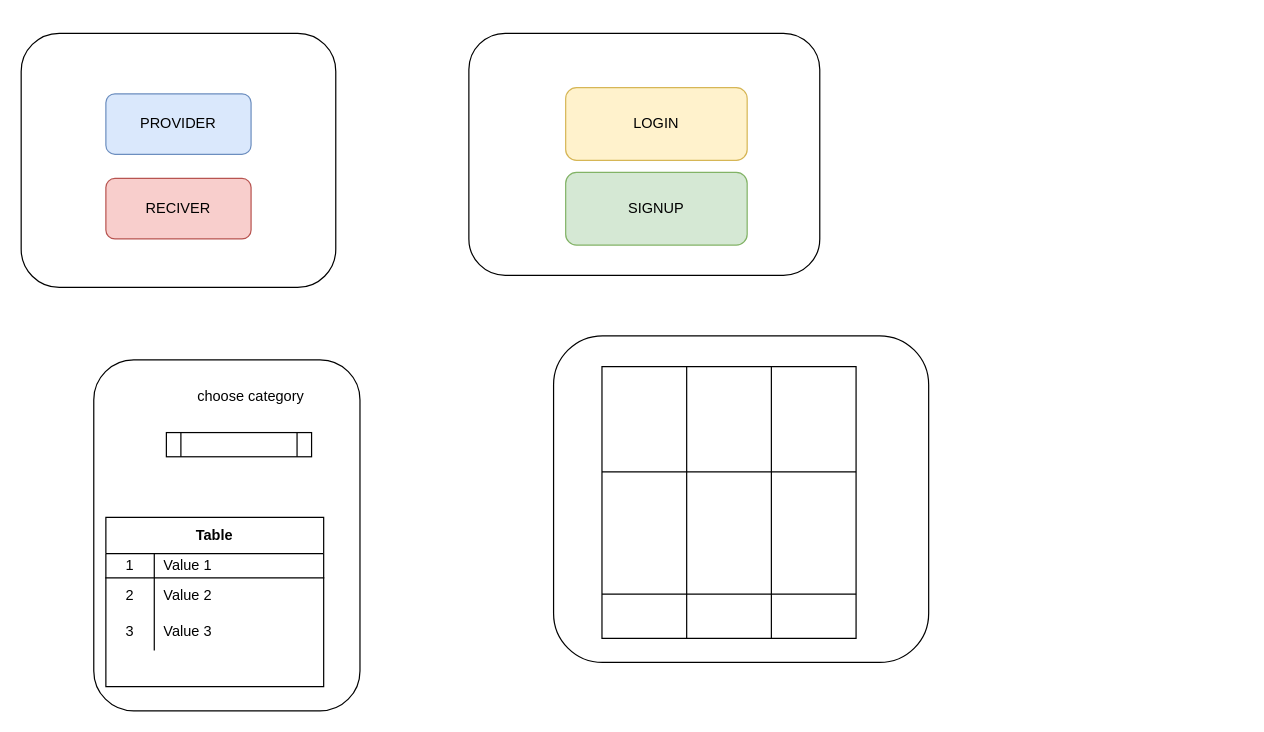
The draw.io diagram Tor4u-Diagram.drawio in danah2139/Tor4u, before the edit. Source tidied: cells renumbered, new cells numbered last; positions are measured from the earlier drawing's top-left corner, leaving out a move shared by most shapes. Both pictures are drawn from the tidied source at 121%, with x=0, y=0 at pixel (21, 33).
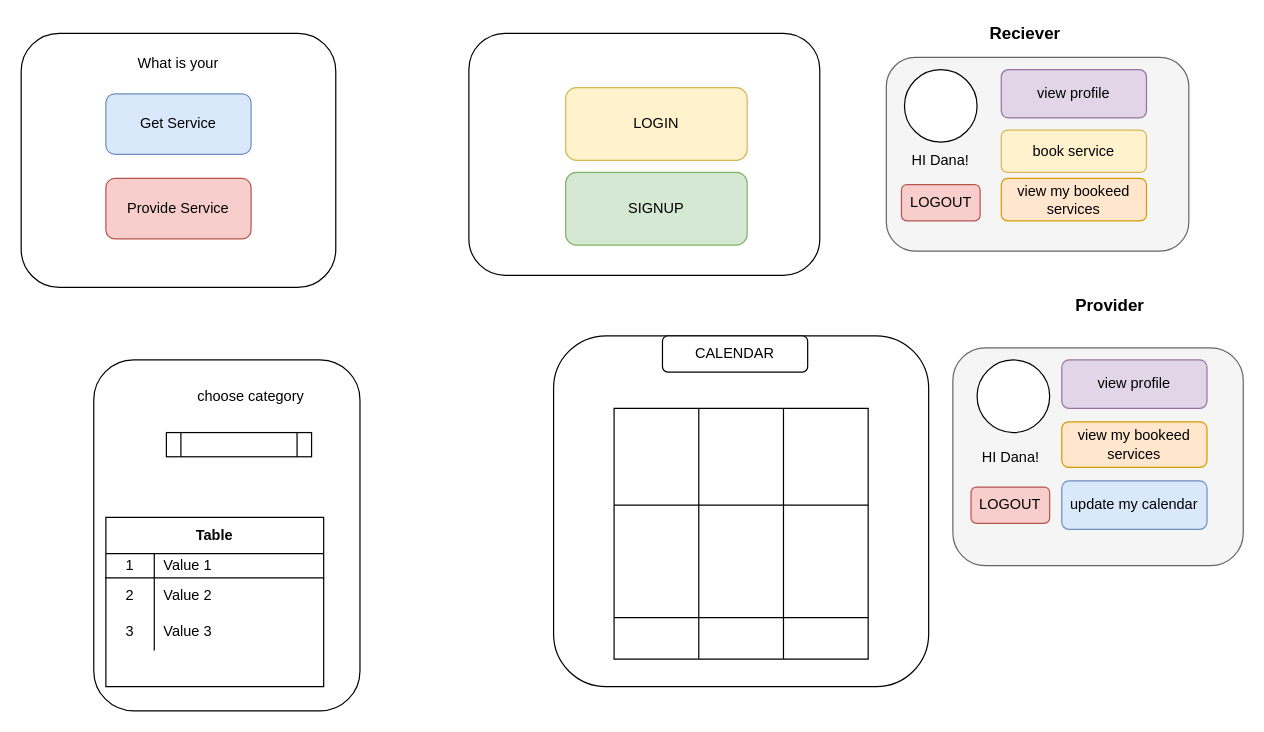
Above is the later version.

What changed in the source:
```diff
@@
-    <mxCell id="3" value="PROVIDER" style="rounded=1;whiteSpace=wrap;html=1;fillColor=#dae8fc;strokeColor=#6c8ebf;" parent="1" vertex="1">
+    <mxCell id="3" value="Get Service" style="rounded=1;whiteSpace=wrap;html=1;fillColor=#dae8fc;strokeColor=#6c8ebf;" parent="1" vertex="1">
       <mxGeometry x="70" y="50" width="120" height="50" as="geometry" />
     </mxCell>
-    <mxCell id="4" value="RECIVER" style="rounded=1;whiteSpace=wrap;html=1;fillColor=#f8cecc;strokeColor=#b85450;" parent="1" vertex="1">
+    <mxCell id="4" value="Provide Service" style="rounded=1;whiteSpace=wrap;html=1;fillColor=#f8cecc;strokeColor=#b85450;" parent="1" vertex="1">
       <mxGeometry x="70" y="120" width="120" height="50" as="geometry" />
     </mxCell>
@@
     <mxCell id="21" style="rounded=1;whiteSpace=wrap;html=1;" parent="1" vertex="1">
-      <mxGeometry x="440" y="250" width="310" height="270" as="geometry" />
+      <mxGeometry x="440" y="250" width="310" height="290" as="geometry" />
     </mxCell>
     <mxCell id="22" style="shape=table;html=1;whiteSpace=wrap;startSize=0;childLayout=tableLayout;" parent="1" vertex="1">
-      <mxGeometry x="480" y="275.5" width="210" height="224.5" as="geometry" />
+      <mxGeometry x="490" y="310" width="210" height="207.2" as="geometry" />
     </mxCell>
     <mxCell id="23" style="shape=partialRectangle;html=1;whiteSpace=wrap;fillColor=none;top=0;left=0;bottom=0;right=0;" parent="22" vertex="1">
-      <mxGeometry width="210" height="87" as="geometry" />
+      <mxGeometry width="210" height="80" as="geometry" />
     </mxCell>
     <mxCell id="24" style="shape=partialRectangle;html=1;whiteSpace=wrap;fillColor=none;top=0;left=0;bottom=0;right=0;overflow=hidden;" parent="23" vertex="1">
-      <mxGeometry width="70" height="87" as="geometry" />
+      <mxGeometry width="70" height="80" as="geometry" />
     </mxCell>
     <mxCell id="25" style="shape=partialRectangle;html=1;whiteSpace=wrap;fillColor=none;top=0;left=0;bottom=0;right=0;overflow=hidden;" parent="23" vertex="1">
-      <mxGeometry x="70" width="70" height="87" as="geometry" />
+      <mxGeometry x="70" width="70" height="80" as="geometry" />
     </mxCell>
     <mxCell id="26" style="shape=partialRectangle;html=1;whiteSpace=wrap;fillColor=none;top=0;left=0;bottom=0;right=0;overflow=hidden;" parent="23" vertex="1">
-      <mxGeometry x="140" width="70" height="87" as="geometry" />
+      <mxGeometry x="140" width="70" height="80" as="geometry" />
     </mxCell>
     <mxCell id="27" style="shape=partialRectangle;html=1;whiteSpace=wrap;fillColor=none;top=0;left=0;bottom=0;right=0;" parent="22" vertex="1">
-      <mxGeometry y="87" width="210" height="101" as="geometry" />
+      <mxGeometry y="80" width="210" height="93" as="geometry" />
     </mxCell>
     <mxCell id="28" style="shape=partialRectangle;html=1;whiteSpace=wrap;fillColor=none;top=0;left=0;bottom=0;right=0;overflow=hidden;" parent="27" vertex="1">
-      <mxGeometry width="70" height="101" as="geometry" />
+      <mxGeometry width="70" height="93" as="geometry" />
     </mxCell>
     <mxCell id="29" style="shape=partialRectangle;html=1;whiteSpace=wrap;fillColor=none;top=0;left=0;bottom=0;right=0;overflow=hidden;" parent="27" vertex="1">
-      <mxGeometry x="70" width="70" height="101" as="geometry" />
+      <mxGeometry x="70" width="70" height="93" as="geometry" />
     </mxCell>
     <mxCell id="30" style="shape=partialRectangle;html=1;whiteSpace=wrap;fillColor=none;top=0;left=0;bottom=0;right=0;overflow=hidden;" parent="27" vertex="1">
-      <mxGeometry x="140" width="70" height="101" as="geometry" />
+      <mxGeometry x="140" width="70" height="93" as="geometry" />
     </mxCell>
     <mxCell id="31" style="shape=partialRectangle;html=1;whiteSpace=wrap;fillColor=none;top=0;left=0;bottom=0;right=0;" parent="22" vertex="1">
-      <mxGeometry y="188" width="210" height="37" as="geometry" />
+      <mxGeometry y="173" width="210" height="34" as="geometry" />
     </mxCell>
     <mxCell id="32" style="shape=partialRectangle;html=1;whiteSpace=wrap;fillColor=none;top=0;left=0;bottom=0;right=0;overflow=hidden;" parent="31" vertex="1">
-      <mxGeometry width="70" height="37" as="geometry" />
+      <mxGeometry width="70" height="34" as="geometry" />
     </mxCell>
     <mxCell id="33" style="shape=partialRectangle;html=1;whiteSpace=wrap;fillColor=none;top=0;left=0;bottom=0;right=0;overflow=hidden;" parent="31" vertex="1">
-      <mxGeometry x="70" width="70" height="37" as="geometry" />
+      <mxGeometry x="70" width="70" height="34" as="geometry" />
     </mxCell>
     <mxCell id="34" style="shape=partialRectangle;html=1;whiteSpace=wrap;fillColor=none;top=0;left=0;bottom=0;right=0;overflow=hidden;" parent="31" vertex="1">
-      <mxGeometry x="140" width="70" height="37" as="geometry" />
+      <mxGeometry x="140" width="70" height="34" as="geometry" />
     </mxCell>
+    <mxCell id="35" style="rounded=1;whiteSpace=wrap;html=1;fillColor=#f5f5f5;strokeColor=#666666;fontColor=#333333;" parent="1" vertex="1">
+      <mxGeometry x="715" y="20" width="250" height="160" as="geometry" />
+    </mxCell>
+    <mxCell id="36" value="CALENDAR" style="rounded=1;whiteSpace=wrap;html=1;" parent="1" vertex="1">
+      <mxGeometry x="530" y="250" width="120" height="30" as="geometry" />
+    </mxCell>
+    <mxCell id="37" value="book service" style="rounded=1;whiteSpace=wrap;html=1;fillColor=#fff2cc;strokeColor=#d6b656;" parent="1" vertex="1">
+      <mxGeometry x="810" y="80" width="120" height="35" as="geometry" />
+    </mxCell>
+    <mxCell id="38" value="view profile" style="rounded=1;whiteSpace=wrap;html=1;fillColor=#e1d5e7;strokeColor=#9673a6;" parent="1" vertex="1">
+      <mxGeometry x="810" y="30" width="120" height="40" as="geometry" />
+    </mxCell>
+    <mxCell id="39" value="view my bookeed services" style="rounded=1;whiteSpace=wrap;html=1;fillColor=#ffe6cc;strokeColor=#d79b00;" parent="1" vertex="1">
+      <mxGeometry x="810" y="120" width="120" height="35" as="geometry" />
+    </mxCell>
+    <mxCell id="40" value="HI Dana!" style="text;html=1;strokeColor=none;fillColor=none;align=center;verticalAlign=middle;whiteSpace=wrap;rounded=0;" parent="1" vertex="1">
+      <mxGeometry x="735" y="90" width="50" height="30" as="geometry" />
+    </mxCell>
+    <mxCell id="41" style="rounded=1;whiteSpace=wrap;html=1;fillColor=#f5f5f5;strokeColor=#666666;fontColor=#333333;" parent="1" vertex="1">
+      <mxGeometry x="770" y="260" width="240" height="180" as="geometry" />
+    </mxCell>
+    <mxCell id="42" value="HI Dana!" style="text;html=1;strokeColor=none;fillColor=none;align=center;verticalAlign=middle;whiteSpace=wrap;rounded=0;" parent="1" vertex="1">
+      <mxGeometry x="792.5" y="331.2" width="50" height="38.8" as="geometry" />
+    </mxCell>
+    <mxCell id="43" value="view profile" style="rounded=1;whiteSpace=wrap;html=1;fillColor=#e1d5e7;strokeColor=#9673a6;" parent="1" vertex="1">
+      <mxGeometry x="860" y="270" width="120" height="40" as="geometry" />
+    </mxCell>
+    <mxCell id="44" value="view my bookeed services" style="rounded=1;whiteSpace=wrap;html=1;fillColor=#ffe6cc;strokeColor=#d79b00;" parent="1" vertex="1">
+      <mxGeometry x="860" y="321.2" width="120" height="37.5" as="geometry" />
+    </mxCell>
+    <mxCell id="45" value="update my calendar" style="rounded=1;whiteSpace=wrap;html=1;fillColor=#dae8fc;strokeColor=#6c8ebf;" parent="1" vertex="1">
+      <mxGeometry x="860" y="370" width="120" height="40" as="geometry" />
+    </mxCell>
+    <mxCell id="46" value="&lt;font style=&quot;font-size: 14px&quot;&gt;&lt;b&gt;Provider&lt;/b&gt;&lt;/font&gt;" style="text;html=1;strokeColor=none;fillColor=none;align=center;verticalAlign=middle;whiteSpace=wrap;rounded=0;" parent="1" vertex="1">
+      <mxGeometry x="835" y="210" width="130" height="30" as="geometry" />
+    </mxCell>
+    <mxCell id="47" value="What is your" style="text;html=1;strokeColor=none;fillColor=none;align=center;verticalAlign=middle;whiteSpace=wrap;rounded=0;" parent="1" vertex="1">
+      <mxGeometry x="50" y="10" width="160" height="30" as="geometry" />
+    </mxCell>
+    <mxCell id="48" value="&lt;font style=&quot;font-size: 14px&quot;&gt;&lt;b&gt;Reciever&lt;/b&gt;&lt;/font&gt;" style="text;html=1;strokeColor=none;fillColor=none;align=center;verticalAlign=middle;whiteSpace=wrap;rounded=0;" parent="1" vertex="1">
+      <mxGeometry x="760" y="-10" width="140" height="20" as="geometry" />
+    </mxCell>
+    <mxCell id="49" style="ellipse;whiteSpace=wrap;html=1;" parent="1" vertex="1">
+      <mxGeometry x="730" y="30" width="60" height="60" as="geometry" />
+    </mxCell>
+    <mxCell id="50" style="ellipse;whiteSpace=wrap;html=1;" parent="1" vertex="1">
+      <mxGeometry x="790" y="270" width="60" height="60" as="geometry" />
+    </mxCell>
+    <mxCell id="51" value="LOGOUT" style="rounded=1;whiteSpace=wrap;html=1;fillColor=#f8cecc;strokeColor=#b85450;" parent="1" vertex="1">
+      <mxGeometry x="727.5" y="125" width="65" height="30" as="geometry" />
+    </mxCell>
+    <mxCell id="52" value="LOGOUT" style="rounded=1;whiteSpace=wrap;html=1;fillColor=#f8cecc;strokeColor=#b85450;" parent="1" vertex="1">
+      <mxGeometry x="785" y="375" width="65" height="30" as="geometry" />
+    </mxCell>
```
